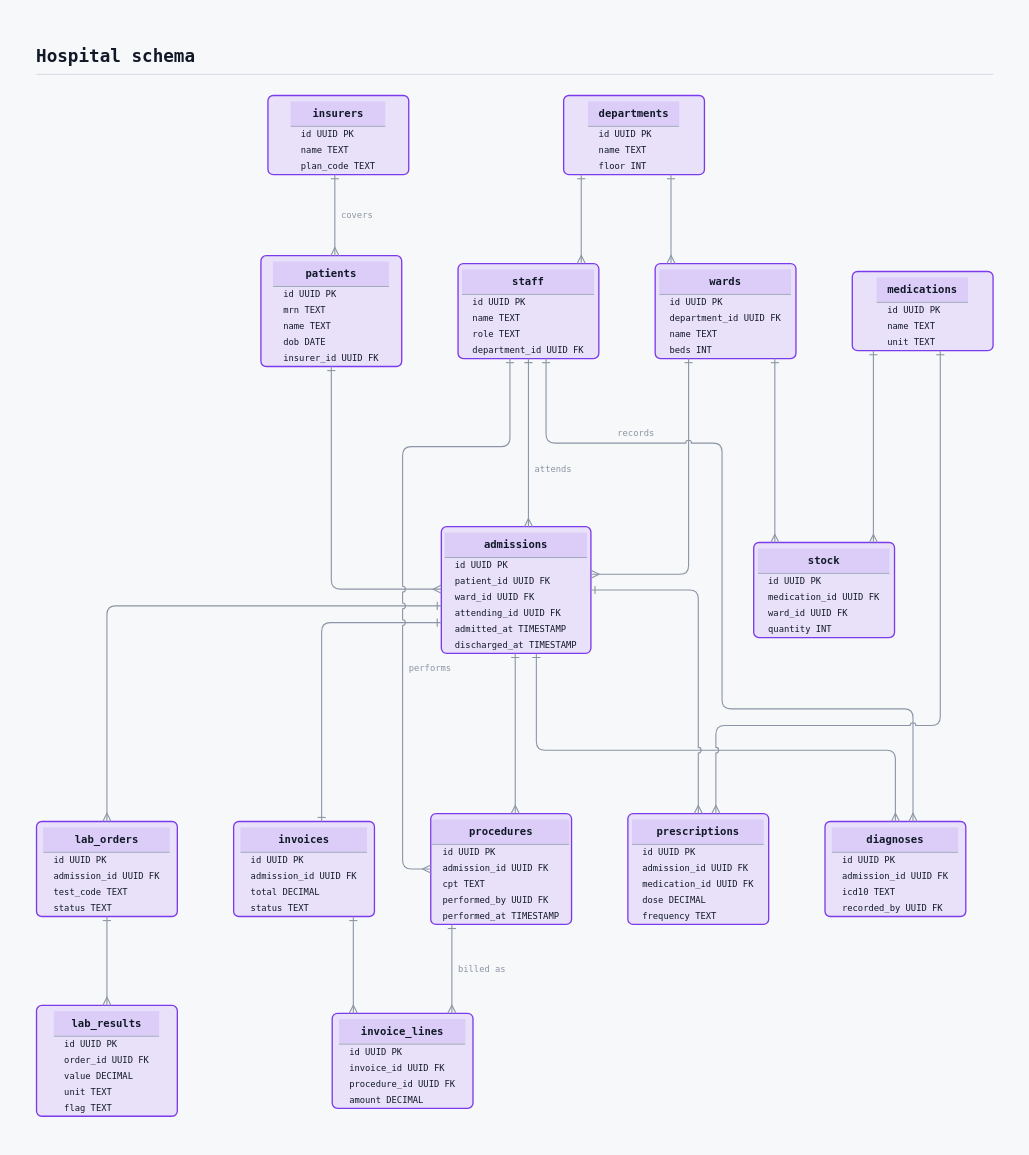
This is examples/hospital_schema/hospital_schema.drawio from rg12301/rdg, a draw.io file, before an edit. Source tidied: cells renumbered, new cells numbered last; positions are measured from the earlier drawing's top-left corner, leaving out a move shared by most shapes. Both pictures are drawn from the tidied source at 88%, with x=0, y=0 at pixel (15, 15).
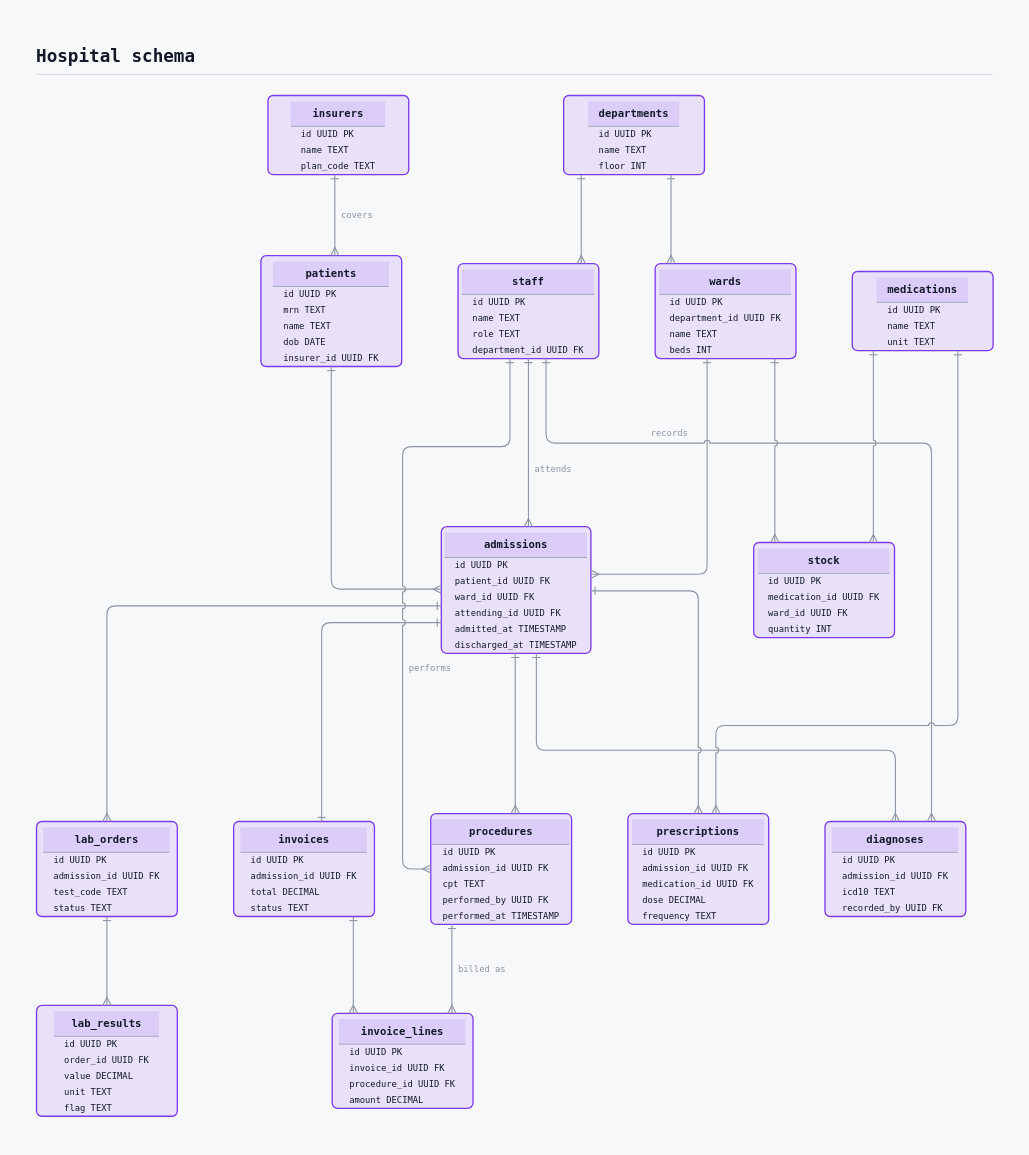
After the change.

The change refers to these unchanged cells:
```xml
<mxCell id="6" value="&lt;table style=&quot;width:100%;border-collapse:collapse;font-family:JetBrains Mono, ui-monospace, SFMono-Regular, Menlo, Consolas, monospace;line-height:1.35;&quot;&gt;&lt;tr style=&quot;background:rgba(124,58,237,0.120);&quot;&gt;&lt;td colspan=&quot;2&quot; style=&quot;padding:5.9px 12.0px;border-bottom:1px solid #9aa3b2;text-align:center;color:#111827;font-size:12px;&quot;&gt;&lt;b&gt;staff&lt;/b&gt;&lt;/td&gt;&lt;/tr&gt;&lt;tr style=&quot;&quot;&gt;&lt;td colspan=&quot;2&quot; style=&quot;padding:2.2px 12.0px;text-align:left;font-family:JetBrains Mono, ui-monospace, Menlo, monospace;font-size:10px;color:#111827;&quot;&gt;id UUID PK&lt;/td&gt;&lt;/tr&gt;&lt;tr style=&quot;&quot;&gt;&lt;td colspan=&quot;2&quot; style=&quot;padding:2.2px 12.0px;text-align:left;font-family:JetBrains Mono, ui-monospace, Menlo, monospace;font-size:10px;color:#111827;&quot;&gt;name TEXT&lt;/td&gt;&lt;/tr&gt;&lt;tr style=&quot;&quot;&gt;&lt;td colspan=&quot;2&quot; style=&quot;padding:2.2px 12.0px;text-align:left;font-family:JetBrains Mono, ui-monospace, Menlo, monospace;font-size:10px;color:#111827;&quot;&gt;role TEXT&lt;/td&gt;&lt;/tr&gt;&lt;tr style=&quot;&quot;&gt;&lt;td colspan=&quot;2&quot; style=&quot;padding:2.2px 12.0px;text-align:left;font-family:JetBrains Mono, ui-monospace, Menlo, monospace;font-size:10px;color:#111827;&quot;&gt;department_id UUID FK&lt;/td&gt;&lt;/tr&gt;&lt;/table&gt;" style="rounded=1;absoluteArcSize=1;arcSize=12;html=1;whiteSpace=wrap;fillColor=#7c3aed;fillOpacity=12;strokeColor=#7c3aed;strokeWidth=1.5;shadow=0;fontFamily=JetBrains Mono, ui-monospace, SFMono-Regular, Menlo, Consolas, monospace;fontSize=12;fontColor=#111827;fontStyle=0;align=center;verticalAlign=middle;spacingTop=4;spacingBottom=4;spacingLeft=8;spacingRight=8;spacingTop=0;spacingBottom=0;spacingLeft=0;spacingRight=0;overflow=hidden;verticalAlign=top;" parent="1" vertex="1">
  <mxGeometry x="503" y="282" width="160" height="108" as="geometry" />
</mxCell>
<mxCell id="8" value="&lt;table style=&quot;width:100%;border-collapse:collapse;font-family:JetBrains Mono, ui-monospace, SFMono-Regular, Menlo, Consolas, monospace;line-height:1.35;&quot;&gt;&lt;tr style=&quot;background:rgba(124,58,237,0.120);&quot;&gt;&lt;td colspan=&quot;2&quot; style=&quot;padding:5.9px 12.0px;border-bottom:1px solid #9aa3b2;text-align:center;color:#111827;font-size:12px;&quot;&gt;&lt;b&gt;wards&lt;/b&gt;&lt;/td&gt;&lt;/tr&gt;&lt;tr style=&quot;&quot;&gt;&lt;td colspan=&quot;2&quot; style=&quot;padding:2.2px 12.0px;text-align:left;font-family:JetBrains Mono, ui-monospace, Menlo, monospace;font-size:10px;color:#111827;&quot;&gt;id UUID PK&lt;/td&gt;&lt;/tr&gt;&lt;tr style=&quot;&quot;&gt;&lt;td colspan=&quot;2&quot; style=&quot;padding:2.2px 12.0px;text-align:left;font-family:JetBrains Mono, ui-monospace, Menlo, monospace;font-size:10px;color:#111827;&quot;&gt;department_id UUID FK&lt;/td&gt;&lt;/tr&gt;&lt;tr style=&quot;&quot;&gt;&lt;td colspan=&quot;2&quot; style=&quot;padding:2.2px 12.0px;text-align:left;font-family:JetBrains Mono, ui-monospace, Menlo, monospace;font-size:10px;color:#111827;&quot;&gt;name TEXT&lt;/td&gt;&lt;/tr&gt;&lt;tr style=&quot;&quot;&gt;&lt;td colspan=&quot;2&quot; style=&quot;padding:2.2px 12.0px;text-align:left;font-family:JetBrains Mono, ui-monospace, Menlo, monospace;font-size:10px;color:#111827;&quot;&gt;beds INT&lt;/td&gt;&lt;/tr&gt;&lt;/table&gt;" style="rounded=1;absoluteArcSize=1;arcSize=12;html=1;whiteSpace=wrap;fillColor=#7c3aed;fillOpacity=12;strokeColor=#7c3aed;strokeWidth=1.5;shadow=0;fontFamily=JetBrains Mono, ui-monospace, SFMono-Regular, Menlo, Consolas, monospace;fontSize=12;fontColor=#111827;fontStyle=0;align=center;verticalAlign=middle;spacingTop=4;spacingBottom=4;spacingLeft=8;spacingRight=8;spacingTop=0;spacingBottom=0;spacingLeft=0;spacingRight=0;overflow=hidden;verticalAlign=top;" parent="1" vertex="1">
  <mxGeometry x="727" y="282" width="160" height="108" as="geometry" />
</mxCell>
<mxCell id="9" value="&lt;table style=&quot;width:100%;border-collapse:collapse;font-family:JetBrains Mono, ui-monospace, SFMono-Regular, Menlo, Consolas, monospace;line-height:1.35;&quot;&gt;&lt;tr style=&quot;background:rgba(124,58,237,0.120);&quot;&gt;&lt;td colspan=&quot;2&quot; style=&quot;padding:5.9px 12.0px;border-bottom:1px solid #9aa3b2;text-align:center;color:#111827;font-size:12px;&quot;&gt;&lt;b&gt;admissions&lt;/b&gt;&lt;/td&gt;&lt;/tr&gt;&lt;tr style=&quot;&quot;&gt;&lt;td colspan=&quot;2&quot; style=&quot;padding:2.2px 12.0px;text-align:left;font-family:JetBrains Mono, ui-monospace, Menlo, monospace;font-size:10px;color:#111827;&quot;&gt;id UUID PK&lt;/td&gt;&lt;/tr&gt;&lt;tr style=&quot;&quot;&gt;&lt;td colspan=&quot;2&quot; style=&quot;padding:2.2px 12.0px;text-align:left;font-family:JetBrains Mono, ui-monospace, Menlo, monospace;font-size:10px;color:#111827;&quot;&gt;patient_id UUID FK&lt;/td&gt;&lt;/tr&gt;&lt;tr style=&quot;&quot;&gt;&lt;td colspan=&quot;2&quot; style=&quot;padding:2.2px 12.0px;text-align:left;font-family:JetBrains Mono, ui-monospace, Menlo, monospace;font-size:10px;color:#111827;&quot;&gt;ward_id UUID FK&lt;/td&gt;&lt;/tr&gt;&lt;tr style=&quot;&quot;&gt;&lt;td colspan=&quot;2&quot; style=&quot;padding:2.2px 12.0px;text-align:left;font-family:JetBrains Mono, ui-monospace, Menlo, monospace;font-size:10px;color:#111827;&quot;&gt;attending_id UUID FK&lt;/td&gt;&lt;/tr&gt;&lt;tr style=&quot;&quot;&gt;&lt;td colspan=&quot;2&quot; style=&quot;padding:2.2px 12.0px;text-align:left;font-family:JetBrains Mono, ui-monospace, Menlo, monospace;font-size:10px;color:#111827;&quot;&gt;admitted_at TIMESTAMP&lt;/td&gt;&lt;/tr&gt;&lt;tr style=&quot;&quot;&gt;&lt;td colspan=&quot;2&quot; style=&quot;padding:2.2px 12.0px;text-align:left;font-family:JetBrains Mono, ui-monospace, Menlo, monospace;font-size:10px;color:#111827;&quot;&gt;discharged_at TIMESTAMP&lt;/td&gt;&lt;/tr&gt;&lt;/table&gt;" style="rounded=1;absoluteArcSize=1;arcSize=12;html=1;whiteSpace=wrap;fillColor=#7c3aed;fillOpacity=12;strokeColor=#7c3aed;strokeWidth=1.5;shadow=0;fontFamily=JetBrains Mono, ui-monospace, SFMono-Regular, Menlo, Consolas, monospace;fontSize=12;fontColor=#111827;fontStyle=0;align=center;verticalAlign=middle;spacingTop=4;spacingBottom=4;spacingLeft=8;spacingRight=8;spacingTop=0;spacingBottom=0;spacingLeft=0;spacingRight=0;overflow=hidden;verticalAlign=top;" parent="1" vertex="1">
  <mxGeometry x="484" y="581" width="170" height="144" as="geometry" />
</mxCell>
<mxCell id="10" value="&lt;table style=&quot;width:100%;border-collapse:collapse;font-family:JetBrains Mono, ui-monospace, SFMono-Regular, Menlo, Consolas, monospace;line-height:1.35;&quot;&gt;&lt;tr style=&quot;background:rgba(124,58,237,0.120);&quot;&gt;&lt;td colspan=&quot;2&quot; style=&quot;padding:5.9px 12.0px;border-bottom:1px solid #9aa3b2;text-align:center;color:#111827;font-size:12px;&quot;&gt;&lt;b&gt;diagnoses&lt;/b&gt;&lt;/td&gt;&lt;/tr&gt;&lt;tr style=&quot;&quot;&gt;&lt;td colspan=&quot;2&quot; style=&quot;padding:2.2px 12.0px;text-align:left;font-family:JetBrains Mono, ui-monospace, Menlo, monospace;font-size:10px;color:#111827;&quot;&gt;id UUID PK&lt;/td&gt;&lt;/tr&gt;&lt;tr style=&quot;&quot;&gt;&lt;td colspan=&quot;2&quot; style=&quot;padding:2.2px 12.0px;text-align:left;font-family:JetBrains Mono, ui-monospace, Menlo, monospace;font-size:10px;color:#111827;&quot;&gt;admission_id UUID FK&lt;/td&gt;&lt;/tr&gt;&lt;tr style=&quot;&quot;&gt;&lt;td colspan=&quot;2&quot; style=&quot;padding:2.2px 12.0px;text-align:left;font-family:JetBrains Mono, ui-monospace, Menlo, monospace;font-size:10px;color:#111827;&quot;&gt;icd10 TEXT&lt;/td&gt;&lt;/tr&gt;&lt;tr style=&quot;&quot;&gt;&lt;td colspan=&quot;2&quot; style=&quot;padding:2.2px 12.0px;text-align:left;font-family:JetBrains Mono, ui-monospace, Menlo, monospace;font-size:10px;color:#111827;&quot;&gt;recorded_by UUID FK&lt;/td&gt;&lt;/tr&gt;&lt;/table&gt;" style="rounded=1;absoluteArcSize=1;arcSize=12;html=1;whiteSpace=wrap;fillColor=#7c3aed;fillOpacity=12;strokeColor=#7c3aed;strokeWidth=1.5;shadow=0;fontFamily=JetBrains Mono, ui-monospace, SFMono-Regular, Menlo, Consolas, monospace;fontSize=12;fontColor=#111827;fontStyle=0;align=center;verticalAlign=middle;spacingTop=4;spacingBottom=4;spacingLeft=8;spacingRight=8;spacingTop=0;spacingBottom=0;spacingLeft=0;spacingRight=0;overflow=hidden;verticalAlign=top;" parent="1" vertex="1">
  <mxGeometry x="920" y="916" width="160" height="108" as="geometry" />
</mxCell>
<mxCell id="12" value="&lt;table style=&quot;width:100%;border-collapse:collapse;font-family:JetBrains Mono, ui-monospace, SFMono-Regular, Menlo, Consolas, monospace;line-height:1.35;&quot;&gt;&lt;tr style=&quot;background:rgba(124,58,237,0.120);&quot;&gt;&lt;td colspan=&quot;2&quot; style=&quot;padding:5.9px 12.0px;border-bottom:1px solid #9aa3b2;text-align:center;color:#111827;font-size:12px;&quot;&gt;&lt;b&gt;medications&lt;/b&gt;&lt;/td&gt;&lt;/tr&gt;&lt;tr style=&quot;&quot;&gt;&lt;td colspan=&quot;2&quot; style=&quot;padding:2.2px 12.0px;text-align:left;font-family:JetBrains Mono, ui-monospace, Menlo, monospace;font-size:10px;color:#111827;&quot;&gt;id UUID PK&lt;/td&gt;&lt;/tr&gt;&lt;tr style=&quot;&quot;&gt;&lt;td colspan=&quot;2&quot; style=&quot;padding:2.2px 12.0px;text-align:left;font-family:JetBrains Mono, ui-monospace, Menlo, monospace;font-size:10px;color:#111827;&quot;&gt;name TEXT&lt;/td&gt;&lt;/tr&gt;&lt;tr style=&quot;&quot;&gt;&lt;td colspan=&quot;2&quot; style=&quot;padding:2.2px 12.0px;text-align:left;font-family:JetBrains Mono, ui-monospace, Menlo, monospace;font-size:10px;color:#111827;&quot;&gt;unit TEXT&lt;/td&gt;&lt;/tr&gt;&lt;/table&gt;" style="rounded=1;absoluteArcSize=1;arcSize=12;html=1;whiteSpace=wrap;fillColor=#7c3aed;fillOpacity=12;strokeColor=#7c3aed;strokeWidth=1.5;shadow=0;fontFamily=JetBrains Mono, ui-monospace, SFMono-Regular, Menlo, Consolas, monospace;fontSize=12;fontColor=#111827;fontStyle=0;align=center;verticalAlign=middle;spacingTop=4;spacingBottom=4;spacingLeft=8;spacingRight=8;spacingTop=0;spacingBottom=0;spacingLeft=0;spacingRight=0;overflow=hidden;verticalAlign=top;" parent="1" vertex="1">
  <mxGeometry x="951" y="291" width="160" height="90" as="geometry" />
</mxCell>
<mxCell id="13" value="&lt;table style=&quot;width:100%;border-collapse:collapse;font-family:JetBrains Mono, ui-monospace, SFMono-Regular, Menlo, Consolas, monospace;line-height:1.35;&quot;&gt;&lt;tr style=&quot;background:rgba(124,58,237,0.120);&quot;&gt;&lt;td colspan=&quot;2&quot; style=&quot;padding:5.9px 12.0px;border-bottom:1px solid #9aa3b2;text-align:center;color:#111827;font-size:12px;&quot;&gt;&lt;b&gt;prescriptions&lt;/b&gt;&lt;/td&gt;&lt;/tr&gt;&lt;tr style=&quot;&quot;&gt;&lt;td colspan=&quot;2&quot; style=&quot;padding:2.2px 12.0px;text-align:left;font-family:JetBrains Mono, ui-monospace, Menlo, monospace;font-size:10px;color:#111827;&quot;&gt;id UUID PK&lt;/td&gt;&lt;/tr&gt;&lt;tr style=&quot;&quot;&gt;&lt;td colspan=&quot;2&quot; style=&quot;padding:2.2px 12.0px;text-align:left;font-family:JetBrains Mono, ui-monospace, Menlo, monospace;font-size:10px;color:#111827;&quot;&gt;admission_id UUID FK&lt;/td&gt;&lt;/tr&gt;&lt;tr style=&quot;&quot;&gt;&lt;td colspan=&quot;2&quot; style=&quot;padding:2.2px 12.0px;text-align:left;font-family:JetBrains Mono, ui-monospace, Menlo, monospace;font-size:10px;color:#111827;&quot;&gt;medication_id UUID FK&lt;/td&gt;&lt;/tr&gt;&lt;tr style=&quot;&quot;&gt;&lt;td colspan=&quot;2&quot; style=&quot;padding:2.2px 12.0px;text-align:left;font-family:JetBrains Mono, ui-monospace, Menlo, monospace;font-size:10px;color:#111827;&quot;&gt;dose DECIMAL&lt;/td&gt;&lt;/tr&gt;&lt;tr style=&quot;&quot;&gt;&lt;td colspan=&quot;2&quot; style=&quot;padding:2.2px 12.0px;text-align:left;font-family:JetBrains Mono, ui-monospace, Menlo, monospace;font-size:10px;color:#111827;&quot;&gt;frequency TEXT&lt;/td&gt;&lt;/tr&gt;&lt;/table&gt;" style="rounded=1;absoluteArcSize=1;arcSize=12;html=1;whiteSpace=wrap;fillColor=#7c3aed;fillOpacity=12;strokeColor=#7c3aed;strokeWidth=1.5;shadow=0;fontFamily=JetBrains Mono, ui-monospace, SFMono-Regular, Menlo, Consolas, monospace;fontSize=12;fontColor=#111827;fontStyle=0;align=center;verticalAlign=middle;spacingTop=4;spacingBottom=4;spacingLeft=8;spacingRight=8;spacingTop=0;spacingBottom=0;spacingLeft=0;spacingRight=0;overflow=hidden;verticalAlign=top;" parent="1" vertex="1">
  <mxGeometry x="696" y="907" width="160" height="126" as="geometry" />
</mxCell>
```

The edit, as a diff of the source:
```diff
@@
-    <mxCell id="23" style="exitX=0.23750;exitY=1.00000;exitDx=0;exitDy=0;exitPerimeter=0;entryX=1.00000;entryY=0.37500;entryDx=0;entryDy=0;entryPerimeter=0;edgeStyle=none;html=1;rounded=1;jumpStyle=arc;jumpSize=6;strokeColor=#8b95a5;strokeWidth=1.25;dashed=0;endArrow=ERmany;endFill=0;endSize=7;startArrow=ERone;startFill=0;startSize=7;labelBackgroundColor=#f7f8fa;labelBorderColor=none;fontFamily=JetBrains Mono, ui-monospace, SFMono-Regular, Menlo, Consolas, monospace;fontSize=10;fontColor=#8b95a5;" parent="1" edge="1" source="8" target="9">
+    <mxCell id="23" style="exitX=0.36875;exitY=1.00000;exitDx=0;exitDy=0;exitPerimeter=0;entryX=1.00000;entryY=0.37500;entryDx=0;entryDy=0;entryPerimeter=0;edgeStyle=none;html=1;rounded=1;jumpStyle=arc;jumpSize=6;strokeColor=#8b95a5;strokeWidth=1.25;dashed=0;endArrow=ERmany;endFill=0;endSize=7;startArrow=ERone;startFill=0;startSize=7;labelBackgroundColor=#f7f8fa;labelBorderColor=none;fontFamily=JetBrains Mono, ui-monospace, SFMono-Regular, Menlo, Consolas, monospace;fontSize=10;fontColor=#8b95a5;" parent="1" edge="1" source="8" target="9">
       <mxGeometry relative="1" as="geometry">
         <Array as="points">
-          <mxPoint x="765" y="635" />
+          <mxPoint x="786" y="635" />
         </Array>
       </mxGeometry>
     </mxCell>
@@
-    <mxCell id="27" style="exitX=1.00000;exitY=0.50000;exitDx=0;exitDy=0;exitPerimeter=0;entryX=0.50000;entryY=0.00000;entryDx=0;entryDy=0;entryPerimeter=0;edgeStyle=none;html=1;rounded=1;jumpStyle=arc;jumpSize=6;strokeColor=#8b95a5;strokeWidth=1.25;dashed=0;endArrow=ERmany;endFill=0;endSize=7;startArrow=ERone;startFill=0;startSize=7;labelBackgroundColor=#f7f8fa;labelBorderColor=none;fontFamily=JetBrains Mono, ui-monospace, SFMono-Regular, Menlo, Consolas, monospace;fontSize=10;fontColor=#8b95a5;" parent="1" edge="1" source="9" target="13">
+    <mxCell id="27" style="exitX=1.00000;exitY=0.50694;exitDx=0;exitDy=0;exitPerimeter=0;entryX=0.50000;entryY=0.00000;entryDx=0;entryDy=0;entryPerimeter=0;edgeStyle=none;html=1;rounded=1;jumpStyle=arc;jumpSize=6;strokeColor=#8b95a5;strokeWidth=1.25;dashed=0;endArrow=ERmany;endFill=0;endSize=7;startArrow=ERone;startFill=0;startSize=7;labelBackgroundColor=#f7f8fa;labelBorderColor=none;fontFamily=JetBrains Mono, ui-monospace, SFMono-Regular, Menlo, Consolas, monospace;fontSize=10;fontColor=#8b95a5;" parent="1" edge="1" source="9" target="13">
       <mxGeometry relative="1" as="geometry">
         <Array as="points">
-          <mxPoint x="776" y="653" />
+          <mxPoint x="776" y="654" />
         </Array>
       </mxGeometry>
     </mxCell>
@@
-    <mxCell id="31" value="records" style="exitX=0.62500;exitY=1.00000;exitDx=0;exitDy=0;exitPerimeter=0;entryX=0.62500;entryY=0.00000;entryDx=0;entryDy=0;entryPerimeter=0;edgeStyle=none;html=1;rounded=1;jumpStyle=arc;jumpSize=6;strokeColor=#8b95a5;strokeWidth=1.25;dashed=0;endArrow=ERmany;endFill=0;endSize=7;startArrow=ERone;startFill=0;startSize=7;labelBackgroundColor=#f7f8fa;labelBorderColor=none;fontFamily=JetBrains Mono, ui-monospace, SFMono-Regular, Menlo, Consolas, monospace;fontSize=10;fontColor=#8b95a5;" parent="1" edge="1" source="6" target="10">
-      <mxGeometry x="-0.58" y="11.8" relative="1" as="geometry">
+    <mxCell id="31" value="records" style="exitX=0.62500;exitY=1.00000;exitDx=0;exitDy=0;exitPerimeter=0;entryX=0.75625;entryY=0.00000;entryDx=0;entryDy=0;entryPerimeter=0;edgeStyle=none;html=1;rounded=1;jumpStyle=arc;jumpSize=6;strokeColor=#8b95a5;strokeWidth=1.25;dashed=0;endArrow=ERmany;endFill=0;endSize=7;startArrow=ERone;startFill=0;startSize=7;labelBackgroundColor=#f7f8fa;labelBorderColor=none;fontFamily=JetBrains Mono, ui-monospace, SFMono-Regular, Menlo, Consolas, monospace;fontSize=10;fontColor=#8b95a5;" parent="1" edge="1" source="6" target="10">
+      <mxGeometry x="-0.51" y="11.8" relative="1" as="geometry">
         <Array as="points">
           <mxPoint x="603" y="486" />
-          <mxPoint x="803" y="486" />
-          <mxPoint x="803" y="788" />
-          <mxPoint x="1020" y="788" />
+          <mxPoint x="1041" y="486" />
         </Array>
       </mxGeometry>
     </mxCell>
-    <mxCell id="32" style="exitX=0.62500;exitY=1.00000;exitDx=0;exitDy=0;exitPerimeter=0;entryX=0.62500;entryY=0.00000;entryDx=0;entryDy=0;entryPerimeter=0;edgeStyle=none;html=1;rounded=1;jumpStyle=arc;jumpSize=6;strokeColor=#8b95a5;strokeWidth=1.25;dashed=0;endArrow=ERmany;endFill=0;endSize=7;startArrow=ERone;startFill=0;startSize=7;labelBackgroundColor=#f7f8fa;labelBorderColor=none;fontFamily=JetBrains Mono, ui-monospace, SFMono-Regular, Menlo, Consolas, monospace;fontSize=10;fontColor=#8b95a5;" parent="1" edge="1" source="12" target="13">
+    <mxCell id="32" style="exitX=0.75000;exitY=1.00000;exitDx=0;exitDy=0;exitPerimeter=0;entryX=0.62500;entryY=0.00000;entryDx=0;entryDy=0;entryPerimeter=0;edgeStyle=none;html=1;rounded=1;jumpStyle=arc;jumpSize=6;strokeColor=#8b95a5;strokeWidth=1.25;dashed=0;endArrow=ERmany;endFill=0;endSize=7;startArrow=ERone;startFill=0;startSize=7;labelBackgroundColor=#f7f8fa;labelBorderColor=none;fontFamily=JetBrains Mono, ui-monospace, SFMono-Regular, Menlo, Consolas, monospace;fontSize=10;fontColor=#8b95a5;" parent="1" edge="1" source="12" target="13">
       <mxGeometry relative="1" as="geometry">
         <Array as="points">
-          <mxPoint x="1051" y="807" />
+          <mxPoint x="1071" y="807" />
           <mxPoint x="796" y="807" />
         </Array>
       </mxGeometry>
     </mxCell>
```
